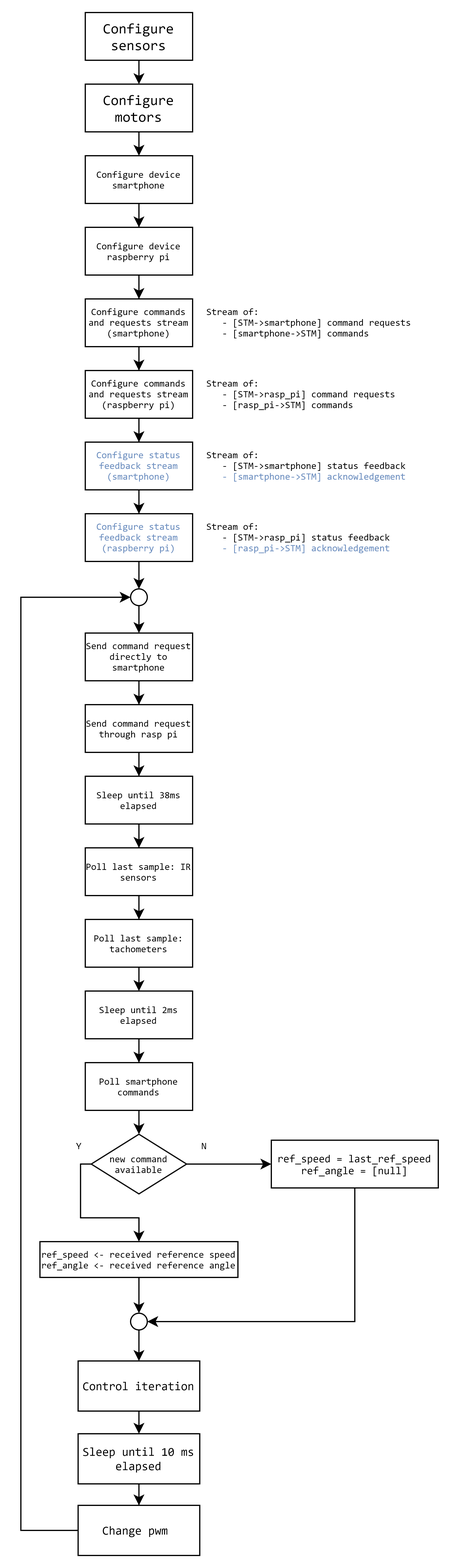
Earlier version of the draw.io export SW/Navigation/src/docs/hl_control_algo_flowchart/control.png (LPI2-DreamTeam/rfcar). Source tidied: cells renumbered, new cells last; positions are measured from the earlier drawing's top-left corner, leaving out a move shared by most shapes.
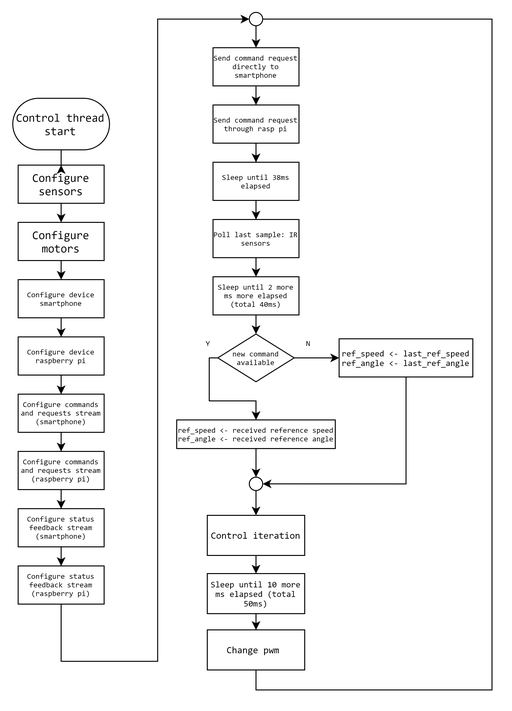
Above is the later version.

Commit message:
UPDT: Updated control thread flowchart (navigation subsystem)

Diff of the diagram source:
```diff
@@ -8,3 +8,3 @@
     <mxCell id="3" value="Configure sensors" style="rounded=0;whiteSpace=wrap;html=1;fontFamily=Consolas;" parent="1" vertex="1">
-      <mxGeometry x="54" width="90" height="40" as="geometry" />
+      <mxGeometry x="-90" y="160" width="90" height="40" as="geometry" />
     </mxCell>
@@ -14,3 +14,3 @@
     <mxCell id="5" value="Configure motors" style="rounded=0;whiteSpace=wrap;html=1;fontFamily=Consolas;" parent="1" vertex="1">
-      <mxGeometry x="54" y="60" width="90" height="40" as="geometry" />
+      <mxGeometry x="-90" y="220" width="90" height="40" as="geometry" />
     </mxCell>
@@ -20,3 +20,3 @@
     <mxCell id="7" value="Configure commands and requests stream (smartphone)" style="rounded=0;whiteSpace=wrap;html=1;fontSize=8;fontFamily=Consolas;" parent="1" vertex="1">
-      <mxGeometry x="54" y="240" width="90" height="40" as="geometry" />
+      <mxGeometry x="-90" y="400" width="90" height="40" as="geometry" />
     </mxCell>
@@ -26,3 +26,3 @@
     <mxCell id="9" value="Configure commands and requests stream (raspberry pi)" style="rounded=0;whiteSpace=wrap;html=1;fontSize=8;fontFamily=Consolas;" parent="1" vertex="1">
-      <mxGeometry x="54" y="300" width="90" height="40" as="geometry" />
+      <mxGeometry x="-90" y="460" width="90" height="40" as="geometry" />
     </mxCell>
@@ -31,10 +31,16 @@
     </mxCell>
-    <mxCell id="11" value="Configure status feedback stream (smartphone)" style="rounded=0;whiteSpace=wrap;html=1;fontSize=8;fontFamily=Consolas;fontColor=#6C8EBF;" parent="1" vertex="1">
-      <mxGeometry x="54" y="360" width="90" height="40" as="geometry" />
+    <mxCell id="11" value="Configure status feedback stream (smartphone)" style="rounded=0;whiteSpace=wrap;html=1;fontSize=8;fontFamily=Consolas;fontColor=#010203;" parent="1" vertex="1">
+      <mxGeometry x="-90" y="520" width="90" height="40" as="geometry" />
     </mxCell>
-    <mxCell id="12" style="edgeStyle=orthogonalEdgeStyle;rounded=0;jettySize=auto;html=1;exitX=0.5;exitY=1;exitDx=0;exitDy=0;entryX=0.5;entryY=0;entryDx=0;entryDy=0;fontFamily=Consolas;fontSize=10;fontColor=#000000;" parent="1" edge="1" source="13" target="49">
-      <mxGeometry relative="1" as="geometry" />
-    </mxCell>
+    <mxCell id="55" style="edgeStyle=orthogonalEdgeStyle;rounded=0;jettySize=auto;html=1;exitX=0.5;exitY=1;exitDx=0;exitDy=0;fontFamily=Consolas;fontSize=10;fontColor=#000000;entryX=0;entryY=0.5;entryDx=0;entryDy=0;" parent="1" edge="1" source="13" target="67">
+      <mxGeometry relative="1" as="geometry">
+        <Array as="points">
+          <mxPoint x="-45" y="680" />
+          <mxPoint x="56" y="680" />
+          <mxPoint x="56" y="7" />
+        </Array>
+      </mxGeometry>
+    </mxCell>
-    <mxCell id="13" value="Configure status feedback stream (raspberry pi)" style="rounded=0;whiteSpace=wrap;html=1;fontSize=8;fontFamily=Consolas;fontColor=#6C8EBF;" parent="1" vertex="1">
-      <mxGeometry x="54" y="420" width="90" height="40" as="geometry" />
+    <mxCell id="13" value="Configure status feedback stream (raspberry pi)" style="rounded=0;whiteSpace=wrap;html=1;fontSize=8;fontFamily=Consolas;fontColor=#010203;" parent="1" vertex="1">
+      <mxGeometry x="-90" y="580" width="90" height="40" as="geometry" />
     </mxCell>
@@ -44,3 +50,3 @@
     <mxCell id="15" value="&lt;font color=&quot;#000000&quot;&gt;Send command request directly to smartphone&lt;/font&gt;" style="rounded=0;whiteSpace=wrap;html=1;fontSize=8;fontFamily=Consolas;fontColor=#6C8EBF;" parent="1" vertex="1">
-      <mxGeometry x="54" y="520" width="90" height="40" as="geometry" />
+      <mxGeometry x="114" y="37" width="90" height="40" as="geometry" />
     </mxCell>
@@ -50,28 +56,10 @@
     <mxCell id="17" value="&lt;font color=&quot;#000000&quot;&gt;Sleep until 38ms elapsed&lt;/font&gt;" style="rounded=0;whiteSpace=wrap;html=1;fontSize=8;fontFamily=Consolas;fontColor=#6C8EBF;" parent="1" vertex="1">
-      <mxGeometry x="54" y="640" width="90" height="40" as="geometry" />
+      <mxGeometry x="114" y="157" width="90" height="40" as="geometry" />
     </mxCell>
-    <mxCell id="18" style="edgeStyle=orthogonalEdgeStyle;rounded=0;jettySize=auto;html=1;fontFamily=Consolas;fontSize=8;fontColor=#6C8EBF;" parent="1" edge="1" source="19" target="21">
-      <mxGeometry relative="1" as="geometry" />
-    </mxCell>
     <mxCell id="19" value="&lt;font color=&quot;#000000&quot;&gt;Poll last sample: IR sensors&lt;/font&gt;" style="rounded=0;whiteSpace=wrap;html=1;fontSize=8;fontFamily=Consolas;fontColor=#6C8EBF;" parent="1" vertex="1">
-      <mxGeometry x="54" y="700" width="90" height="40" as="geometry" />
+      <mxGeometry x="114" y="217" width="90" height="40" as="geometry" />
     </mxCell>
-    <mxCell id="20" style="edgeStyle=orthogonalEdgeStyle;rounded=0;jettySize=auto;html=1;exitX=0.5;exitY=1;exitDx=0;exitDy=0;entryX=0.5;entryY=0;entryDx=0;entryDy=0;fontFamily=Consolas;fontSize=8;fontColor=#6C8EBF;" parent="1" edge="1" source="21" target="31">
-      <mxGeometry relative="1" as="geometry" />
-    </mxCell>
-    <mxCell id="21" value="&lt;font color=&quot;#000000&quot;&gt;Poll last sample: tachometers&lt;/font&gt;" style="rounded=0;whiteSpace=wrap;html=1;fontSize=8;fontFamily=Consolas;fontColor=#6C8EBF;" parent="1" vertex="1">
-      <mxGeometry x="54" y="760" width="90" height="40" as="geometry" />
-    </mxCell>
-    <mxCell id="22" value="Stream of: &lt;br style=&quot;font-size: 8px;&quot;&gt;&amp;nbsp; &amp;nbsp;- [STM-&amp;gt;smartphone] command requests&lt;br style=&quot;font-size: 8px;&quot;&gt;&amp;nbsp; &amp;nbsp;- [smartphone-&amp;gt;STM] commands" style="text;html=1;strokeColor=none;fillColor=none;align=left;verticalAlign=top;whiteSpace=wrap;rounded=0;fontFamily=Consolas;fontSize=8;" parent="1" vertex="1">
-      <mxGeometry x="154" y="240" width="180" height="40" as="geometry" />
-    </mxCell>
-    <mxCell id="23" value="Stream of: &lt;br style=&quot;font-size: 8px&quot;&gt;&amp;nbsp; &amp;nbsp;- [STM-&amp;gt;rasp_pi] command requests&lt;br style=&quot;font-size: 8px&quot;&gt;&amp;nbsp; &amp;nbsp;- [rasp_pi-&amp;gt;STM] commands" style="text;html=1;strokeColor=none;fillColor=none;align=left;verticalAlign=top;whiteSpace=wrap;rounded=0;fontFamily=Consolas;fontSize=8;" parent="1" vertex="1">
-      <mxGeometry x="154" y="300" width="180" height="40" as="geometry" />
-    </mxCell>
-    <mxCell id="24" value="Stream of: &lt;br style=&quot;font-size: 8px&quot;&gt;&amp;nbsp; &amp;nbsp;- [STM-&amp;gt;smartphone] status feedback&lt;br style=&quot;font-size: 8px&quot;&gt;&amp;nbsp; &amp;nbsp;&lt;font color=&quot;#6c8ebf&quot;&gt;- [smartphone-&amp;gt;STM] acknowledgement&lt;/font&gt;" style="text;html=1;strokeColor=none;fillColor=none;align=left;verticalAlign=top;whiteSpace=wrap;rounded=0;fontFamily=Consolas;fontSize=8;" parent="1" vertex="1">
-      <mxGeometry x="154" y="360" width="180" height="40" as="geometry" />
-    </mxCell>
-    <mxCell id="25" value="Stream of: &lt;br style=&quot;font-size: 8px&quot;&gt;&amp;nbsp; &amp;nbsp;- [STM-&amp;gt;rasp_pi] status feedback&lt;br style=&quot;font-size: 8px&quot;&gt;&amp;nbsp; &amp;nbsp;&lt;font color=&quot;#6c8ebf&quot;&gt;- [rasp_pi-&amp;gt;STM] acknowledgement&lt;/font&gt;" style="text;html=1;strokeColor=none;fillColor=none;align=left;verticalAlign=top;whiteSpace=wrap;rounded=0;fontFamily=Consolas;fontSize=8;" parent="1" vertex="1">
-      <mxGeometry x="154" y="420" width="180" height="40" as="geometry" />
-    </mxCell>
+    <mxCell id="56" style="edgeStyle=orthogonalEdgeStyle;rounded=0;jettySize=auto;html=1;exitX=0.5;exitY=1;exitDx=0;exitDy=0;entryX=0.5;entryY=0;entryDx=0;entryDy=0;fontFamily=Consolas;fontSize=8;fontColor=#6C8EBF;" parent="1" edge="1" source="19" target="57">
+      <mxGeometry relative="1" as="geometry" />
+    </mxCell>
     <mxCell id="26" style="edgeStyle=orthogonalEdgeStyle;rounded=0;jettySize=auto;html=1;entryX=0.5;entryY=0;entryDx=0;entryDy=0;fontFamily=Consolas;fontSize=8;fontColor=#6C8EBF;" parent="1" edge="1" source="27" target="29">
@@ -80,3 +68,3 @@
     <mxCell id="27" value="Configure device smartphone" style="rounded=0;whiteSpace=wrap;html=1;fontSize=8;fontFamily=Consolas;" parent="1" vertex="1">
-      <mxGeometry x="54" y="120" width="90" height="40" as="geometry" />
+      <mxGeometry x="-90" y="280" width="90" height="40" as="geometry" />
     </mxCell>
@@ -86,53 +74,47 @@
     <mxCell id="29" value="Configure device raspberry pi" style="rounded=0;whiteSpace=wrap;html=1;fontSize=8;fontFamily=Consolas;" parent="1" vertex="1">
-      <mxGeometry x="54" y="180" width="90" height="40" as="geometry" />
+      <mxGeometry x="-90" y="340" width="90" height="40" as="geometry" />
     </mxCell>
-    <mxCell id="30" style="edgeStyle=orthogonalEdgeStyle;rounded=0;jettySize=auto;html=1;fontFamily=Consolas;fontSize=8;fontColor=#6C8EBF;" parent="1" edge="1" source="31" target="33">
-      <mxGeometry relative="1" as="geometry" />
-    </mxCell>
-    <mxCell id="31" value="&lt;font color=&quot;#000000&quot;&gt;Sleep until 2ms elapsed&lt;/font&gt;" style="rounded=0;whiteSpace=wrap;html=1;fontSize=8;fontFamily=Consolas;fontColor=#6C8EBF;" parent="1" vertex="1">
-      <mxGeometry x="54" y="820" width="90" height="40" as="geometry" />
-    </mxCell>
-    <mxCell id="32" style="edgeStyle=orthogonalEdgeStyle;rounded=0;jettySize=auto;html=1;exitX=0.5;exitY=1;exitDx=0;exitDy=0;entryX=0.5;entryY=0;entryDx=0;entryDy=0;fontFamily=Consolas;fontSize=8;fontColor=#6C8EBF;" parent="1" edge="1" source="33" target="36">
-      <mxGeometry relative="1" as="geometry" />
-    </mxCell>
-    <mxCell id="33" value="&lt;font color=&quot;#000000&quot;&gt;Poll smartphone commands&lt;/font&gt;" style="rounded=0;whiteSpace=wrap;html=1;fontSize=8;fontFamily=Consolas;fontColor=#6C8EBF;" parent="1" vertex="1">
-      <mxGeometry x="54" y="880" width="90" height="40" as="geometry" />
-    </mxCell>
-    <mxCell id="34" style="edgeStyle=orthogonalEdgeStyle;rounded=0;jettySize=auto;html=1;exitX=1;exitY=0.5;exitDx=0;exitDy=0;fontFamily=Consolas;fontSize=8;fontColor=#6C8EBF;" parent="1" edge="1" source="36" target="40">
-      <mxGeometry relative="1" as="geometry" />
-    </mxCell>
-    <mxCell id="35" style="edgeStyle=orthogonalEdgeStyle;rounded=0;jettySize=auto;html=1;exitX=0;exitY=0.5;exitDx=0;exitDy=0;fontFamily=Consolas;fontSize=8;fontColor=#6C8EBF;" parent="1" edge="1" source="36">
-      <mxGeometry relative="1" as="geometry">
-        <mxPoint x="99" y="1030" as="targetPoint" />
-        <Array as="points">
-          <mxPoint x="50" y="965" />
-          <mxPoint x="50" y="1010" />
-          <mxPoint x="99" y="1010" />
-        </Array>
-      </mxGeometry>
-    </mxCell>
+    <mxCell id="57" value="&lt;font color=&quot;#000000&quot;&gt;Sleep until 2 more ms more elapsed (total 40ms)&lt;/font&gt;" style="rounded=0;whiteSpace=wrap;html=1;fontSize=8;fontFamily=Consolas;fontColor=#6C8EBF;" parent="1" vertex="1">
+      <mxGeometry x="114" y="277" width="90" height="40" as="geometry" />
+    </mxCell>
+    <mxCell id="58" style="edgeStyle=orthogonalEdgeStyle;rounded=0;jettySize=auto;html=1;exitX=0.5;exitY=1;exitDx=0;exitDy=0;entryX=0.5;entryY=0;entryDx=0;entryDy=0;fontFamily=Consolas;fontSize=8;fontColor=#6C8EBF;" parent="1" edge="1" source="57" target="36">
+      <mxGeometry relative="1" as="geometry" />
+    </mxCell>
+    <mxCell id="59" style="edgeStyle=orthogonalEdgeStyle;rounded=0;jettySize=auto;html=1;exitX=1;exitY=0.5;exitDx=0;exitDy=0;fontFamily=Consolas;fontSize=8;fontColor=#6C8EBF;" parent="1" edge="1" source="36" target="62">
+      <mxGeometry relative="1" as="geometry" />
+    </mxCell>
+    <mxCell id="60" style="edgeStyle=orthogonalEdgeStyle;rounded=0;jettySize=auto;html=1;exitX=0;exitY=0.5;exitDx=0;exitDy=0;fontFamily=Consolas;fontSize=8;fontColor=#6C8EBF;" parent="1" edge="1" source="36">
+      <mxGeometry relative="1" as="geometry">
+        <mxPoint x="159" y="427" as="targetPoint" />
+        <Array as="points">
+          <mxPoint x="110" y="362" />
+          <mxPoint x="110" y="407" />
+          <mxPoint x="159" y="407" />
+        </Array>
+      </mxGeometry>
+    </mxCell>
     <mxCell id="36" value="new command available" style="rhombus;whiteSpace=wrap;html=1;fontFamily=Consolas;fontSize=8;align=center;" parent="1" vertex="1">
-      <mxGeometry x="59" y="940" width="80" height="50" as="geometry" />
+      <mxGeometry x="119" y="337" width="80" height="50" as="geometry" />
     </mxCell>
     <mxCell id="37" value="Y" style="text;html=1;strokeColor=none;fillColor=none;align=center;verticalAlign=middle;whiteSpace=wrap;rounded=0;fontFamily=Consolas;fontSize=8;" parent="1" vertex="1">
-      <mxGeometry x="39" y="940" width="20" height="20" as="geometry" />
+      <mxGeometry x="99" y="337" width="20" height="20" as="geometry" />
     </mxCell>
     <mxCell id="38" value="N" style="text;html=1;strokeColor=none;fillColor=none;align=center;verticalAlign=middle;whiteSpace=wrap;rounded=0;fontFamily=Consolas;fontSize=8;" parent="1" vertex="1">
-      <mxGeometry x="144" y="940" width="20" height="20" as="geometry" />
+      <mxGeometry x="204" y="337" width="20" height="20" as="geometry" />
     </mxCell>
-    <mxCell id="39" style="edgeStyle=orthogonalEdgeStyle;rounded=0;jettySize=auto;html=1;entryX=1;entryY=0.5;entryDx=0;entryDy=0;fontFamily=Consolas;fontSize=9;fontColor=#000000;" parent="1" edge="1" source="40" target="53">
-      <mxGeometry relative="1" as="geometry">
-        <Array as="points">
-          <mxPoint x="280" y="1097" />
-        </Array>
-      </mxGeometry>
-    </mxCell>
-    <mxCell id="40" value="ref_speed = last_ref_speed&lt;br&gt;ref_angle = [null]" style="rounded=0;whiteSpace=wrap;html=1;fontFamily=Consolas;fontSize=9;" parent="1" vertex="1">
-      <mxGeometry x="210" y="945" width="140" height="40" as="geometry" />
-    </mxCell>
-    <mxCell id="41" style="edgeStyle=orthogonalEdgeStyle;rounded=0;jettySize=auto;html=1;exitX=0.5;exitY=1;exitDx=0;exitDy=0;entryX=0.5;entryY=0;entryDx=0;entryDy=0;fontFamily=Consolas;fontSize=10;fontColor=#000000;" parent="1" edge="1" source="53" target="47">
-      <mxGeometry relative="1" as="geometry" />
-    </mxCell>
+    <mxCell id="61" style="edgeStyle=orthogonalEdgeStyle;rounded=0;jettySize=auto;html=1;entryX=1;entryY=0.5;entryDx=0;entryDy=0;fontFamily=Consolas;fontSize=9;fontColor=#000000;" parent="1" edge="1" source="62" target="70">
+      <mxGeometry relative="1" as="geometry">
+        <Array as="points">
+          <mxPoint x="316" y="494" />
+        </Array>
+      </mxGeometry>
+    </mxCell>
+    <mxCell id="62" value="ref_speed &amp;lt;- last_ref_speed&lt;br&gt;ref_angle &amp;lt;- last_ref_angle" style="rounded=0;whiteSpace=wrap;html=1;fontFamily=Consolas;fontSize=9;" parent="1" vertex="1">
+      <mxGeometry x="246" y="342" width="140" height="40" as="geometry" />
+    </mxCell>
+    <mxCell id="63" style="edgeStyle=orthogonalEdgeStyle;rounded=0;jettySize=auto;html=1;exitX=0.5;exitY=1;exitDx=0;exitDy=0;entryX=0.5;entryY=0;entryDx=0;entryDy=0;fontFamily=Consolas;fontSize=10;fontColor=#000000;" parent="1" edge="1" source="70" target="47">
+      <mxGeometry relative="1" as="geometry" />
+    </mxCell>
     <mxCell id="42" value="ref_speed &amp;lt;- received reference speed&lt;br&gt;ref_angle &amp;lt;- received reference angle" style="rounded=0;whiteSpace=wrap;html=1;fontSize=8;fontFamily=Consolas;" parent="1" vertex="1">
-      <mxGeometry x="16" y="1030" width="166" height="30" as="geometry" />
+      <mxGeometry x="76" y="427" width="166" height="30" as="geometry" />
     </mxCell>
@@ -142,39 +124,46 @@
     <mxCell id="44" value="&lt;font color=&quot;#000000&quot;&gt;Send command request through rasp pi&lt;/font&gt;" style="rounded=0;whiteSpace=wrap;html=1;fontSize=8;fontFamily=Consolas;fontColor=#6C8EBF;" parent="1" vertex="1">
-      <mxGeometry x="54" y="580" width="90" height="40" as="geometry" />
+      <mxGeometry x="114" y="97" width="90" height="40" as="geometry" />
     </mxCell>
-    <mxCell id="45" style="edgeStyle=orthogonalEdgeStyle;rounded=0;jettySize=auto;html=1;entryX=0;entryY=0.5;entryDx=0;entryDy=0;fontFamily=Consolas;fontSize=10;fontColor=#000000;exitX=0;exitY=0.5;exitDx=0;exitDy=0;" parent="1" edge="1" source="52" target="49">
-      <mxGeometry relative="1" as="geometry">
-        <Array as="points">
-          <mxPoint y="1272" />
-          <mxPoint y="490" />
-        </Array>
-      </mxGeometry>
-    </mxCell>
-    <mxCell id="46" style="edgeStyle=orthogonalEdgeStyle;rounded=0;jettySize=auto;html=1;exitX=0.5;exitY=1;exitDx=0;exitDy=0;entryX=0.5;entryY=0;entryDx=0;entryDy=0;fontFamily=Consolas;fontSize=10;fontColor=#000000;" parent="1" edge="1" source="47" target="51">
-      <mxGeometry relative="1" as="geometry" />
-    </mxCell>
+    <mxCell id="64" style="edgeStyle=orthogonalEdgeStyle;rounded=0;jettySize=auto;html=1;entryX=0;entryY=0.5;entryDx=0;entryDy=0;fontFamily=Consolas;fontSize=10;fontColor=#000000;exitX=0.5;exitY=1;exitDx=0;exitDy=0;" parent="1" edge="1" source="52" target="67">
+      <mxGeometry relative="1" as="geometry">
+        <Array as="points">
+          <mxPoint x="159" y="710" />
+          <mxPoint x="406" y="710" />
+          <mxPoint x="406" y="7" />
+        </Array>
+      </mxGeometry>
+    </mxCell>
+    <mxCell id="65" style="edgeStyle=orthogonalEdgeStyle;rounded=0;jettySize=auto;html=1;exitX=0.5;exitY=1;exitDx=0;exitDy=0;entryX=0.5;entryY=0;entryDx=0;entryDy=0;fontFamily=Consolas;fontSize=10;fontColor=#000000;" parent="1" edge="1" source="47" target="69">
+      <mxGeometry relative="1" as="geometry" />
+    </mxCell>
     <mxCell id="47" value="Control iteration" style="rounded=0;whiteSpace=wrap;html=1;fontFamily=Consolas;fontSize=10;fontColor=#000000;align=center;" parent="1" vertex="1">
-      <mxGeometry x="48" y="1130" width="102" height="42" as="geometry" />
+      <mxGeometry x="108" y="527" width="102" height="42" as="geometry" />
     </mxCell>
-    <mxCell id="48" style="edgeStyle=orthogonalEdgeStyle;rounded=0;jettySize=auto;html=1;exitX=0.5;exitY=1;exitDx=0;exitDy=0;entryX=0.5;entryY=0;entryDx=0;entryDy=0;fontFamily=Consolas;fontSize=10;fontColor=#000000;" parent="1" edge="1" source="49" target="15">
-      <mxGeometry relative="1" as="geometry" />
-    </mxCell>
-    <mxCell id="49" style="ellipse;whiteSpace=wrap;html=1;strokeColor=#000000;fontFamily=Consolas;fontSize=10;fontColor=#000000;align=center;" parent="1" vertex="1">
-      <mxGeometry x="92" y="483" width="14" height="14" as="geometry" />
-    </mxCell>
-    <mxCell id="50" style="edgeStyle=orthogonalEdgeStyle;rounded=0;jettySize=auto;html=1;fontFamily=Consolas;fontSize=10;fontColor=#000000;" parent="1" edge="1" source="51" target="52">
-      <mxGeometry relative="1" as="geometry" />
-    </mxCell>
-    <mxCell id="51" value="Sleep until 10 ms elapsed" style="rounded=0;whiteSpace=wrap;html=1;fontFamily=Consolas;fontSize=10;fontColor=#000000;align=center;" parent="1" vertex="1">
-      <mxGeometry x="48" y="1191" width="102" height="42" as="geometry" />
-    </mxCell>
+    <mxCell id="66" style="edgeStyle=orthogonalEdgeStyle;rounded=0;jettySize=auto;html=1;exitX=0.5;exitY=1;exitDx=0;exitDy=0;entryX=0.5;entryY=0;entryDx=0;entryDy=0;fontFamily=Consolas;fontSize=10;fontColor=#000000;" parent="1" edge="1" source="67" target="15">
+      <mxGeometry relative="1" as="geometry" />
+    </mxCell>
+    <mxCell id="67" style="ellipse;whiteSpace=wrap;html=1;strokeColor=#000000;fontFamily=Consolas;fontSize=10;fontColor=#000000;align=center;" parent="1" vertex="1">
+      <mxGeometry x="152" width="14" height="14" as="geometry" />
+    </mxCell>
+    <mxCell id="68" style="edgeStyle=orthogonalEdgeStyle;rounded=0;jettySize=auto;html=1;fontFamily=Consolas;fontSize=10;fontColor=#000000;" parent="1" edge="1" source="69" target="52">
+      <mxGeometry relative="1" as="geometry" />
+    </mxCell>
+    <mxCell id="69" value="Sleep until 10 more ms elapsed (total 50ms)" style="rounded=0;whiteSpace=wrap;html=1;fontFamily=Consolas;fontSize=9;fontColor=#000000;align=center;" parent="1" vertex="1">
+      <mxGeometry x="108" y="588" width="102" height="42" as="geometry" />
+    </mxCell>
     <mxCell id="52" value="Change pwm&amp;nbsp;" style="rounded=0;whiteSpace=wrap;html=1;fontFamily=Consolas;fontSize=10;fontColor=#000000;align=center;" parent="1" vertex="1">
-      <mxGeometry x="48" y="1251" width="102" height="42" as="geometry" />
+      <mxGeometry x="108" y="647" width="102" height="42" as="geometry" />
     </mxCell>
-    <mxCell id="53" style="ellipse;whiteSpace=wrap;html=1;strokeColor=#000000;fontFamily=Consolas;fontSize=10;fontColor=#000000;align=center;" parent="1" vertex="1">
-      <mxGeometry x="92" y="1090" width="14" height="14" as="geometry" />
-    </mxCell>
-    <mxCell id="54" style="edgeStyle=orthogonalEdgeStyle;rounded=0;jettySize=auto;html=1;exitX=0.5;exitY=1;exitDx=0;exitDy=0;entryX=0.5;entryY=0;entryDx=0;entryDy=0;fontFamily=Consolas;fontSize=10;fontColor=#000000;" parent="1" edge="1" source="42" target="53">
-      <mxGeometry relative="1" as="geometry" />
-    </mxCell>
+    <mxCell id="70" style="ellipse;whiteSpace=wrap;html=1;strokeColor=#000000;fontFamily=Consolas;fontSize=10;fontColor=#000000;align=center;" parent="1" vertex="1">
+      <mxGeometry x="152" y="487" width="14" height="14" as="geometry" />
+    </mxCell>
+    <mxCell id="71" style="edgeStyle=orthogonalEdgeStyle;rounded=0;jettySize=auto;html=1;exitX=0.5;exitY=1;exitDx=0;exitDy=0;entryX=0.5;entryY=0;entryDx=0;entryDy=0;fontFamily=Consolas;fontSize=10;fontColor=#000000;" parent="1" edge="1" source="42" target="70">
+      <mxGeometry relative="1" as="geometry" />
+    </mxCell>
+    <mxCell id="72" style="edgeStyle=orthogonalEdgeStyle;rounded=0;jettySize=auto;html=1;entryX=0.5;entryY=0;entryDx=0;entryDy=0;fontSize=9;fontColor=#010203;" parent="1" edge="1" source="73" target="3">
+      <mxGeometry relative="1" as="geometry" />
+    </mxCell>
+    <mxCell id="73" value="&lt;font face=&quot;Consolas&quot; style=&quot;font-size: 12px;&quot;&gt;Control thread start&lt;/font&gt;" style="rounded=1;whiteSpace=wrap;html=1;fontSize=12;fontColor=#010203;arcSize=50;" parent="1" vertex="1">
+      <mxGeometry x="-95.6" y="90" width="101.2" height="54" as="geometry" />
+    </mxCell>
   </root>
```
